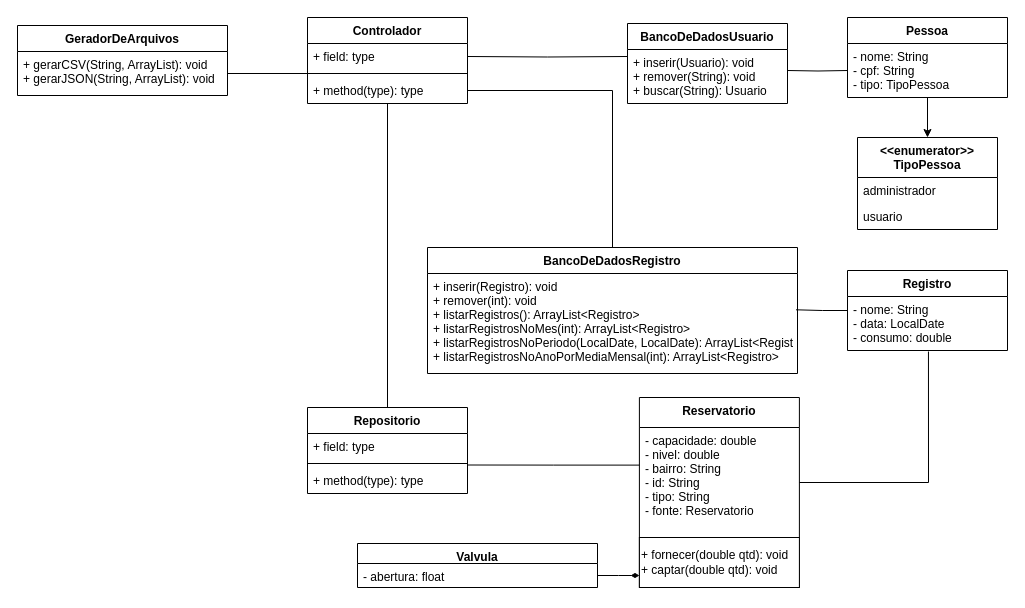
Before: Waterway.drawio in ronaldo26rodrigues/Lifeway, a draw.io diagram. Source tidied: cells renumbered, new cells numbered last; positions are measured from the earlier drawing's top-left corner, leaving out a move shared by most shapes. Both pictures are drawn from the tidied source at 100%, with x=0, y=0 at pixel (17, 17).
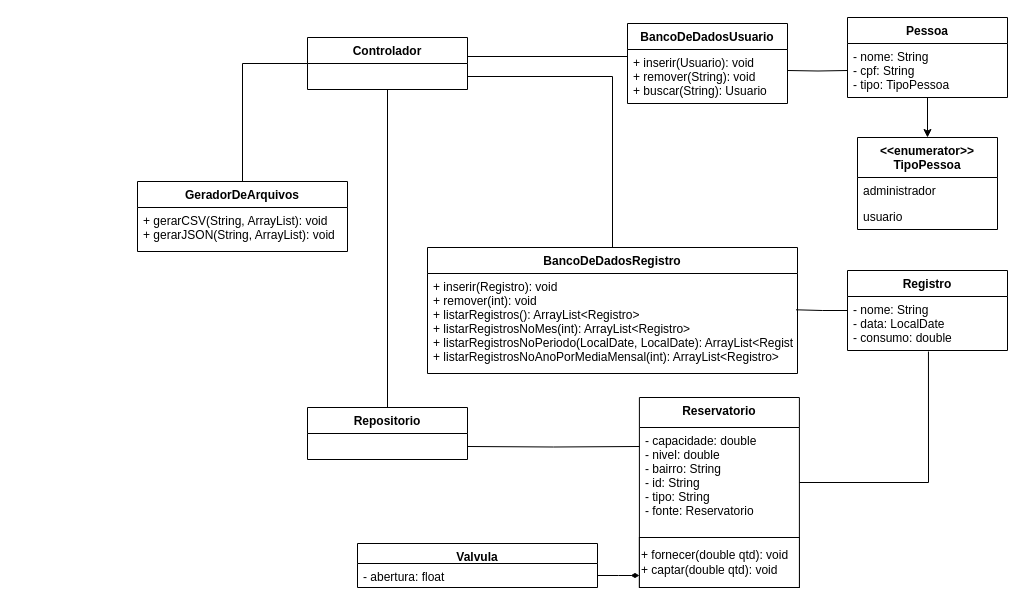
The same page after the edit.

Commit message:
diagrama de classes

Unchanged cells that the change refers to:
```xml
<mxCell id="4" value="- capacidade: double&#10;- nivel: double&#10;- bairro: String&#10;- id: String&#10;- tipo: String&#10;- fonte: Reservatorio" style="text;strokeColor=none;fillColor=none;align=left;verticalAlign=top;spacingLeft=4;spacingRight=4;overflow=hidden;points=[[0,0.5],[1,0.5]];portConstraint=eastwest;" parent="3" vertex="1">
  <mxGeometry y="30" width="160" height="110" as="geometry" />
</mxCell>
<mxCell id="14" value="BancoDeDadosRegistro" style="swimlane;fontStyle=1;align=center;verticalAlign=top;horizontal=1;startSize=26;" parent="1" vertex="1">
  <mxGeometry x="410" y="230" width="370" height="126" as="geometry" />
</mxCell>
<mxCell id="20" value="+ gerarCSV(String, ArrayList): void&#10;+ gerarJSON(String, ArrayList): void" style="text;strokeColor=none;fillColor=none;align=left;verticalAlign=top;spacingLeft=4;spacingRight=4;overflow=hidden;points=[[0,0.5],[1,0.5]];portConstraint=eastwest;" parent="19" vertex="1">
  <mxGeometry y="26" width="210" height="44" as="geometry" />
</mxCell>
```

Diff of the diagram source:
```diff
@@
-    <mxCell id="16" style="edgeStyle=orthogonalEdgeStyle;rounded=0;jettySize=auto;html=1;entryX=1;entryY=0.5;entryDx=0;entryDy=0;startArrow=none;startFill=0;endArrow=none;endFill=0;" parent="1" edge="1" target="28">
+    <mxCell id="16" style="edgeStyle=orthogonalEdgeStyle;rounded=0;orthogonalLoop=1;jettySize=auto;html=1;entryX=1;entryY=0.5;entryDx=0;entryDy=0;startArrow=none;startFill=0;endArrow=none;endFill=0;" parent="1" edge="1">
       <mxGeometry relative="1" as="geometry">
         <mxPoint x="610" y="39" as="sourcePoint" />
+        <mxPoint x="450" y="39" as="targetPoint" />
       </mxGeometry>
     </mxCell>
@@
     <mxCell id="19" value="GeradorDeArquivos" style="swimlane;fontStyle=1;align=center;verticalAlign=top;horizontal=1;startSize=26;" parent="1" vertex="1">
-      <mxGeometry y="8" width="210" height="70" as="geometry" />
+      <mxGeometry x="120" y="164" width="210" height="70" as="geometry" />
     </mxCell>
@@
-    <mxCell id="26" style="edgeStyle=orthogonalEdgeStyle;rounded=0;jettySize=auto;html=1;exitX=0.004;exitY=-0.154;exitDx=0;exitDy=0;startArrow=none;startFill=0;endArrow=none;endFill=0;exitPerimeter=0;entryX=1;entryY=0.5;entryDx=0;entryDy=0;" parent="1" edge="1" source="30" target="20">
+    <mxCell id="26" style="edgeStyle=orthogonalEdgeStyle;rounded=0;jettySize=auto;html=1;exitX=0;exitY=0.5;exitDx=0;exitDy=0;startArrow=none;startFill=0;endArrow=none;endFill=0;entryX=0.5;entryY=0;entryDx=0;entryDy=0;" parent="1" edge="1" source="27" target="19">
       <mxGeometry relative="1" as="geometry" />
     </mxCell>
     <mxCell id="27" value="Controlador" style="swimlane;fontStyle=1;align=center;verticalAlign=top;horizontal=1;startSize=26;" parent="1" vertex="1">
-      <mxGeometry x="290" width="160" height="86" as="geometry" />
+      <mxGeometry x="290" y="20" width="160" height="52" as="geometry" />
     </mxCell>
-    <mxCell id="28" value="+ field: type" style="text;strokeColor=none;fillColor=none;align=left;verticalAlign=top;spacingLeft=4;spacingRight=4;overflow=hidden;points=[[0,0.5],[1,0.5]];portConstraint=eastwest;" parent="27" vertex="1">
-      <mxGeometry y="26" width="160" height="26" as="geometry" />
-    </mxCell>
-    <mxCell id="29" style="line;strokeWidth=1;fillColor=none;align=left;verticalAlign=middle;spacingTop=-1;spacingLeft=3;spacingRight=3;labelPosition=right;" parent="27" vertex="1">
-      <mxGeometry y="52" width="160" height="8" as="geometry" />
-    </mxCell>
-    <mxCell id="30" value="+ method(type): type" style="text;strokeColor=none;fillColor=none;align=left;verticalAlign=top;spacingLeft=4;spacingRight=4;overflow=hidden;points=[[0,0.5],[1,0.5]];portConstraint=eastwest;" parent="27" vertex="1">
-      <mxGeometry y="60" width="160" height="26" as="geometry" />
-    </mxCell>
-    <mxCell id="31" style="edgeStyle=orthogonalEdgeStyle;rounded=0;jettySize=auto;html=1;entryX=0.5;entryY=0;entryDx=0;entryDy=0;startArrow=none;startFill=0;endArrow=none;endFill=0;" parent="1" edge="1" source="30" target="14">
+    <mxCell id="31" style="edgeStyle=orthogonalEdgeStyle;rounded=0;jettySize=auto;html=1;entryX=0.5;entryY=0;entryDx=0;entryDy=0;startArrow=none;startFill=0;endArrow=none;endFill=0;exitX=1;exitY=0.75;exitDx=0;exitDy=0;" parent="1" edge="1" source="27" target="14">
       <mxGeometry relative="1" as="geometry" />
     </mxCell>
-    <mxCell id="32" style="edgeStyle=orthogonalEdgeStyle;rounded=0;jettySize=auto;html=1;exitX=0.5;exitY=0;exitDx=0;exitDy=0;entryX=0.5;entryY=1.009;entryDx=0;entryDy=0;entryPerimeter=0;startArrow=none;startFill=0;endArrow=none;endFill=0;" parent="1" edge="1" source="33" target="30">
+    <mxCell id="32" style="edgeStyle=orthogonalEdgeStyle;rounded=0;jettySize=auto;html=1;exitX=0.5;exitY=0;exitDx=0;exitDy=0;entryX=0.5;entryY=1;entryDx=0;entryDy=0;startArrow=none;startFill=0;endArrow=none;endFill=0;" parent="1" edge="1" source="33" target="27">
       <mxGeometry relative="1" as="geometry" />
     </mxCell>
     <mxCell id="33" value="Repositorio" style="swimlane;fontStyle=1;align=center;verticalAlign=top;horizontal=1;startSize=26;" parent="1" vertex="1">
-      <mxGeometry x="290" y="390" width="160" height="86" as="geometry" />
+      <mxGeometry x="290" y="390" width="160" height="52" as="geometry" />
     </mxCell>
-    <mxCell id="34" value="+ field: type" style="text;strokeColor=none;fillColor=none;align=left;verticalAlign=top;spacingLeft=4;spacingRight=4;overflow=hidden;" parent="33" vertex="1">
-      <mxGeometry y="26" width="160" height="26" as="geometry" />
-    </mxCell>
-    <mxCell id="35" style="line;strokeWidth=1;fillColor=none;align=left;verticalAlign=middle;spacingTop=-1;spacingLeft=3;spacingRight=3;labelPosition=right;" parent="33" vertex="1">
-      <mxGeometry y="52" width="160" height="8" as="geometry" />
-    </mxCell>
-    <mxCell id="36" value="+ method(type): type" style="text;strokeColor=none;fillColor=none;align=left;verticalAlign=top;spacingLeft=4;spacingRight=4;overflow=hidden;points=[[0,0.5],[1,0.5]];portConstraint=eastwest;" parent="33" vertex="1">
-      <mxGeometry y="60" width="160" height="26" as="geometry" />
-    </mxCell>
-    <mxCell id="37" style="edgeStyle=orthogonalEdgeStyle;rounded=0;jettySize=auto;html=1;entryX=1.002;entryY=-0.096;entryDx=0;entryDy=0;entryPerimeter=0;startArrow=none;startFill=0;endArrow=none;endFill=0;exitX=0;exitY=0.342;exitDx=0;exitDy=0;exitPerimeter=0;" parent="1" edge="1" source="4" target="36">
-      <mxGeometry relative="1" as="geometry" />
+    <mxCell id="37" style="edgeStyle=orthogonalEdgeStyle;rounded=0;jettySize=auto;html=1;entryX=1;entryY=0.75;entryDx=0;entryDy=0;startArrow=none;startFill=0;endArrow=none;endFill=0;" parent="1" edge="1" target="33">
+      <mxGeometry relative="1" as="geometry">
+        <mxPoint x="622" y="429" as="sourcePoint" />
+      </mxGeometry>
     </mxCell>
```
